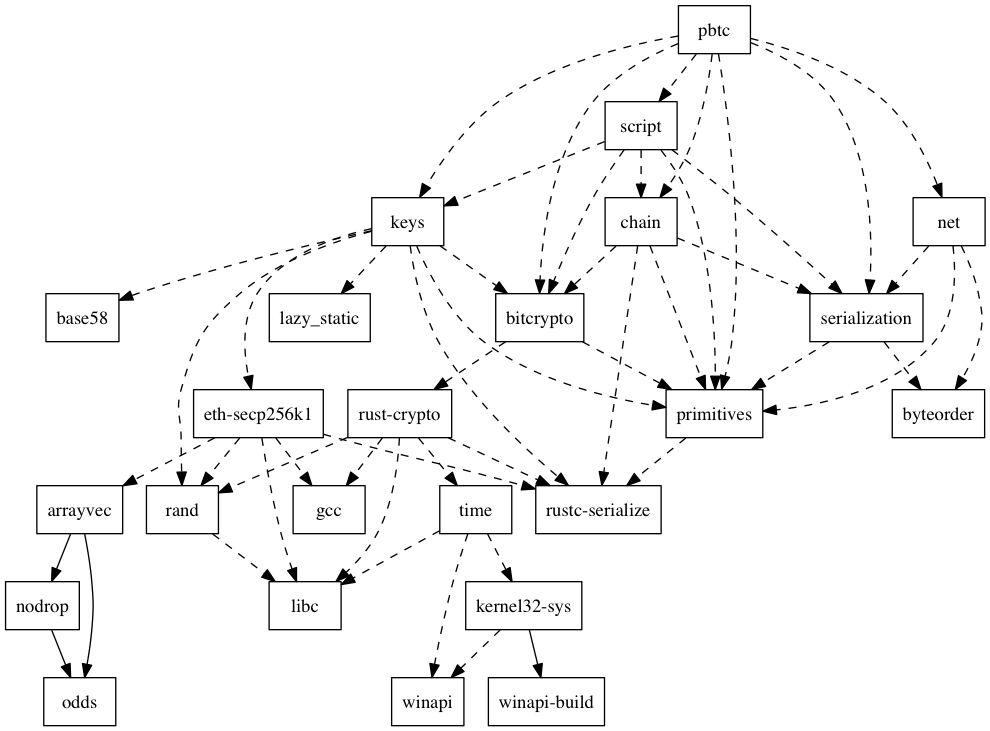
Before: tools/graph.png, a diagram exported from Graphviz (paritytech/parity-bitcoin). Its source is kept beside it as tools/graph.dot.
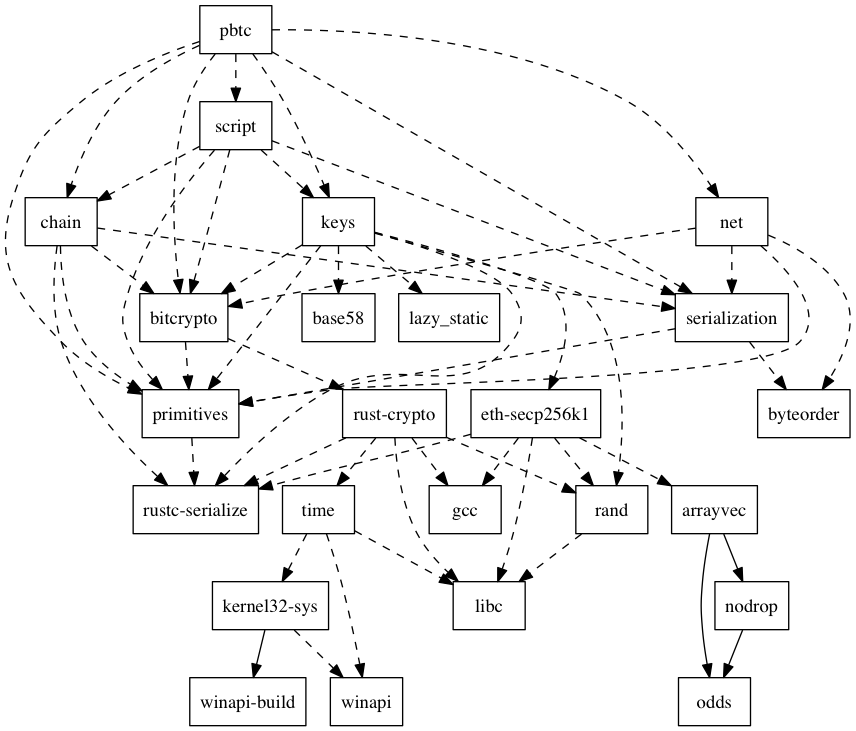
The same file after the commit.

What changed in the source:
```diff
@@ -43,6 +43,7 @@
 	N3 -> N15[label="",style=dashed];
 	N3 -> N18[label="",style=dashed];
 	N3 -> N22[label="",style=dashed];
+	N4 -> N1[label="",style=dashed];
 	N4 -> N5[label="",style=dashed];
 	N4 -> N7[label="",style=dashed];
 	N4 -> N13[label="",style=dashed];
```
